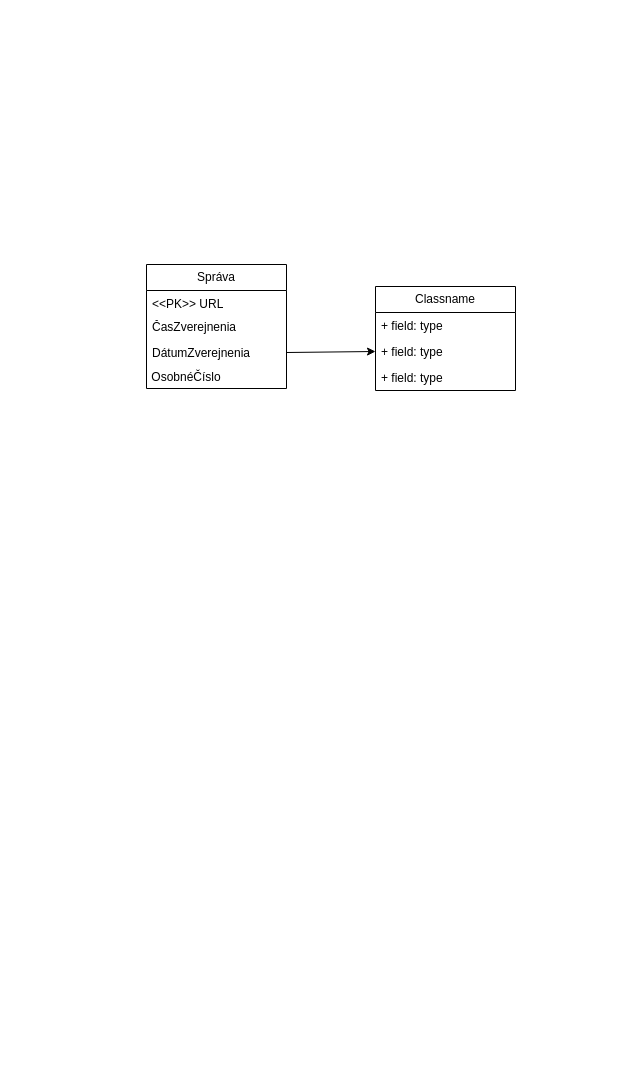
Earlier version of the draw.io diagram ius_project_1.drawio (stofife/IUS). Source tidied: cells renumbered, new cells numbered last; positions are measured from the earlier drawing's top-left corner, leaving out a move shared by most shapes. Both pictures are drawn from the tidied source at 100%, with x=0, y=0 at pixel (146, 264).
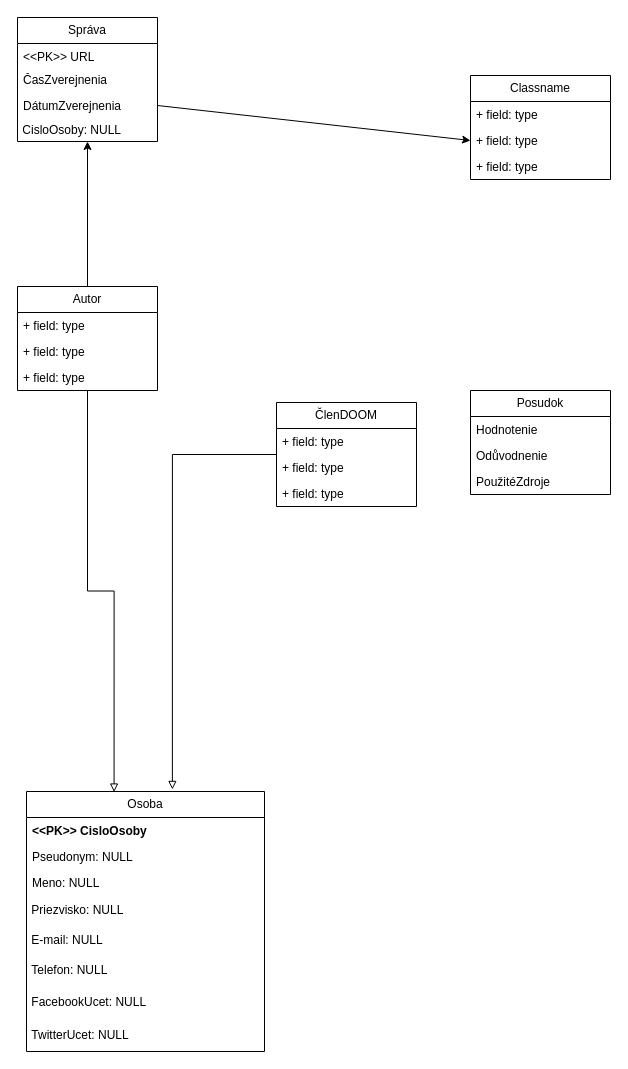
After the change.

Change to the diagram source:
```diff
@@
     <mxCell id="2" value="Správa" style="swimlane;fontStyle=0;horizontal=1;startSize=26;fillColor=none;whiteSpace=wrap;html=1;" parent="1" vertex="1">
-      <mxGeometry width="140" height="124" as="geometry" />
+      <mxGeometry x="-129" y="-247" width="140" height="124" as="geometry" />
     </mxCell>
@@
-    <mxCell id="6" value="&amp;nbsp;OsobnéČíslo" style="text;strokeColor=none;align=left;fillColor=none;html=1;verticalAlign=middle;whiteSpace=wrap;rounded=0;" parent="2" vertex="1">
+    <mxCell id="6" value="&lt;div&gt;&amp;nbsp;CisloOsoby: NULL&lt;/div&gt;" style="text;strokeColor=none;align=left;fillColor=none;html=1;verticalAlign=middle;whiteSpace=wrap;rounded=0;" parent="2" vertex="1">
       <mxGeometry y="101" width="140" height="23" as="geometry" />
     </mxCell>
@@
     <mxCell id="8" value="Classname" style="swimlane;fontStyle=0;horizontal=1;startSize=26;fillColor=none;whiteSpace=wrap;html=1;" parent="1" vertex="1">
-      <mxGeometry x="229" y="22" width="140" height="104" as="geometry" />
+      <mxGeometry x="324" y="-189" width="140" height="104" as="geometry" />
     </mxCell>
@@
+    <mxCell id="12" value="&lt;div&gt;Osoba&lt;/div&gt;" style="swimlane;fontStyle=0;horizontal=1;startSize=26;fillColor=none;whiteSpace=wrap;html=1;" parent="1" vertex="1">
+      <mxGeometry x="-120" y="527" width="238" height="260" as="geometry" />
+    </mxCell>
+    <mxCell id="13" value="&lt;div&gt;&lt;b&gt;&amp;lt;&amp;lt;PK&amp;gt;&amp;gt; CisloOsoby&lt;/b&gt;&lt;/div&gt;" style="text;strokeColor=none;fillColor=none;align=left;verticalAlign=top;spacingLeft=4;spacingRight=4;overflow=hidden;whiteSpace=wrap;html=1;" parent="12" vertex="1">
+      <mxGeometry y="26" width="238" height="26" as="geometry" />
+    </mxCell>
+    <mxCell id="14" value="Pseudonym: NULL" style="text;strokeColor=none;fillColor=none;align=left;verticalAlign=top;spacingLeft=4;spacingRight=4;overflow=hidden;whiteSpace=wrap;html=1;" parent="12" vertex="1">
+      <mxGeometry y="52" width="238" height="26" as="geometry" />
+    </mxCell>
+    <mxCell id="15" value="Meno: NULL" style="text;strokeColor=none;fillColor=none;align=left;verticalAlign=top;spacingLeft=4;spacingRight=4;overflow=hidden;whiteSpace=wrap;html=1;" parent="12" vertex="1">
+      <mxGeometry y="78" width="238" height="26" as="geometry" />
+    </mxCell>
+    <mxCell id="16" value="&lt;div&gt;&amp;nbsp;Priezvisko: NULL&lt;/div&gt;" style="text;strokeColor=none;align=left;fillColor=none;html=1;verticalAlign=middle;whiteSpace=wrap;rounded=0;" parent="12" vertex="1">
+      <mxGeometry y="104" width="238" height="30" as="geometry" />
+    </mxCell>
+    <mxCell id="17" value="&amp;nbsp;E-mail: NULL" style="text;strokeColor=none;align=left;fillColor=none;html=1;verticalAlign=middle;whiteSpace=wrap;rounded=0;" parent="12" vertex="1">
+      <mxGeometry y="134" width="238" height="30" as="geometry" />
+    </mxCell>
+    <mxCell id="18" value="&amp;nbsp;Telefon: NULL" style="text;strokeColor=none;align=left;fillColor=none;html=1;verticalAlign=middle;whiteSpace=wrap;rounded=0;" parent="12" vertex="1">
+      <mxGeometry y="164" width="238" height="30" as="geometry" />
+    </mxCell>
+    <mxCell id="19" value="&amp;nbsp;FacebookUcet: NULL" style="text;strokeColor=none;align=left;fillColor=none;html=1;verticalAlign=middle;whiteSpace=wrap;rounded=0;" parent="12" vertex="1">
+      <mxGeometry y="194" width="238" height="33" as="geometry" />
+    </mxCell>
+    <mxCell id="20" value="&amp;nbsp;TwitterUcet: NULL" style="text;strokeColor=none;align=left;fillColor=none;html=1;verticalAlign=middle;whiteSpace=wrap;rounded=0;" parent="12" vertex="1">
+      <mxGeometry y="227" width="238" height="33" as="geometry" />
+    </mxCell>
+    <mxCell id="21" style="edgeStyle=orthogonalEdgeStyle;rounded=0;jettySize=auto;html=1;entryX=0.613;entryY=-0.008;entryDx=0;entryDy=0;endArrow=block;endFill=0;entryPerimeter=0;" parent="1" edge="1" source="22" target="12">
+      <mxGeometry relative="1" as="geometry" />
+    </mxCell>
+    <mxCell id="22" value="ČlenDOOM" style="swimlane;fontStyle=0;horizontal=1;startSize=26;fillColor=none;whiteSpace=wrap;html=1;" parent="1" vertex="1">
+      <mxGeometry x="130" y="138" width="140" height="104" as="geometry" />
+    </mxCell>
+    <mxCell id="23" value="+ field: type" style="text;strokeColor=none;fillColor=none;align=left;verticalAlign=top;spacingLeft=4;spacingRight=4;overflow=hidden;whiteSpace=wrap;html=1;" parent="22" vertex="1">
+      <mxGeometry y="26" width="140" height="26" as="geometry" />
+    </mxCell>
+    <mxCell id="24" value="+ field: type" style="text;strokeColor=none;fillColor=none;align=left;verticalAlign=top;spacingLeft=4;spacingRight=4;overflow=hidden;whiteSpace=wrap;html=1;" parent="22" vertex="1">
+      <mxGeometry y="52" width="140" height="26" as="geometry" />
+    </mxCell>
+    <mxCell id="25" value="+ field: type" style="text;strokeColor=none;fillColor=none;align=left;verticalAlign=top;spacingLeft=4;spacingRight=4;overflow=hidden;whiteSpace=wrap;html=1;" parent="22" vertex="1">
+      <mxGeometry y="78" width="140" height="26" as="geometry" />
+    </mxCell>
+    <mxCell id="26" style="edgeStyle=orthogonalEdgeStyle;rounded=0;jettySize=auto;html=1;" parent="1" edge="1" source="27" target="6">
+      <mxGeometry relative="1" as="geometry" />
+    </mxCell>
+    <mxCell id="27" value="Autor" style="swimlane;fontStyle=0;horizontal=1;startSize=26;fillColor=none;whiteSpace=wrap;html=1;" parent="1" vertex="1">
+      <mxGeometry x="-129" y="22" width="140" height="104" as="geometry" />
+    </mxCell>
+    <mxCell id="28" value="+ field: type" style="text;strokeColor=none;fillColor=none;align=left;verticalAlign=top;spacingLeft=4;spacingRight=4;overflow=hidden;whiteSpace=wrap;html=1;" parent="27" vertex="1">
+      <mxGeometry y="26" width="140" height="26" as="geometry" />
+    </mxCell>
+    <mxCell id="29" value="+ field: type" style="text;strokeColor=none;fillColor=none;align=left;verticalAlign=top;spacingLeft=4;spacingRight=4;overflow=hidden;whiteSpace=wrap;html=1;" parent="27" vertex="1">
+      <mxGeometry y="52" width="140" height="26" as="geometry" />
+    </mxCell>
+    <mxCell id="30" value="+ field: type" style="text;strokeColor=none;fillColor=none;align=left;verticalAlign=top;spacingLeft=4;spacingRight=4;overflow=hidden;whiteSpace=wrap;html=1;" parent="27" vertex="1">
+      <mxGeometry y="78" width="140" height="26" as="geometry" />
+    </mxCell>
+    <mxCell id="31" style="edgeStyle=orthogonalEdgeStyle;rounded=0;jettySize=auto;html=1;entryX=0.368;entryY=0.002;entryDx=0;entryDy=0;entryPerimeter=0;endArrow=block;endFill=0;" parent="1" edge="1" source="27" target="12">
+      <mxGeometry relative="1" as="geometry" />
+    </mxCell>
+    <mxCell id="32" value="&lt;div&gt;Posudok&lt;br&gt;&lt;/div&gt;" style="swimlane;fontStyle=0;horizontal=1;startSize=26;fillColor=none;whiteSpace=wrap;html=1;" parent="1" vertex="1">
+      <mxGeometry x="324" y="126" width="140" height="104" as="geometry" />
+    </mxCell>
+    <mxCell id="33" value="Hodnotenie" style="text;strokeColor=none;fillColor=none;align=left;verticalAlign=top;spacingLeft=4;spacingRight=4;overflow=hidden;whiteSpace=wrap;html=1;" parent="32" vertex="1">
+      <mxGeometry y="26" width="140" height="26" as="geometry" />
+    </mxCell>
+    <mxCell id="34" value="Odůvodnenie" style="text;strokeColor=none;fillColor=none;align=left;verticalAlign=top;spacingLeft=4;spacingRight=4;overflow=hidden;whiteSpace=wrap;html=1;" parent="32" vertex="1">
+      <mxGeometry y="52" width="140" height="26" as="geometry" />
+    </mxCell>
+    <mxCell id="35" value="PoužitéZdroje" style="text;strokeColor=none;fillColor=none;align=left;verticalAlign=top;spacingLeft=4;spacingRight=4;overflow=hidden;whiteSpace=wrap;html=1;" parent="32" vertex="1">
+      <mxGeometry y="78" width="140" height="26" as="geometry" />
+    </mxCell>
```
